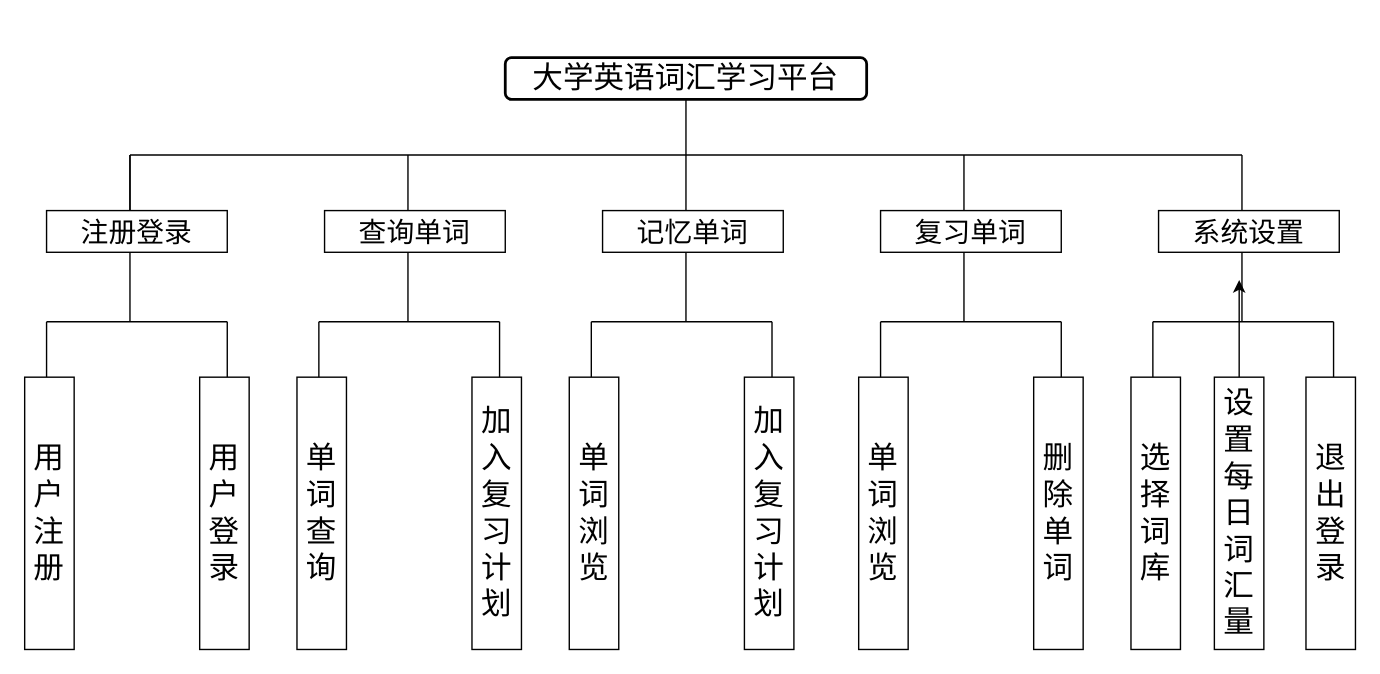
Before: page "Page-1" (1 of 9) of 功能模块图.drawio in 13593227471/HelloGitHub, a draw.io diagram. Source tidied: cells renumbered, new cells numbered last; positions are measured from the earlier drawing's top-left corner, leaving out a move shared by most shapes. Both pictures are drawn from the tidied source at 139%, with x=0, y=0 at pixel (-88, 57).
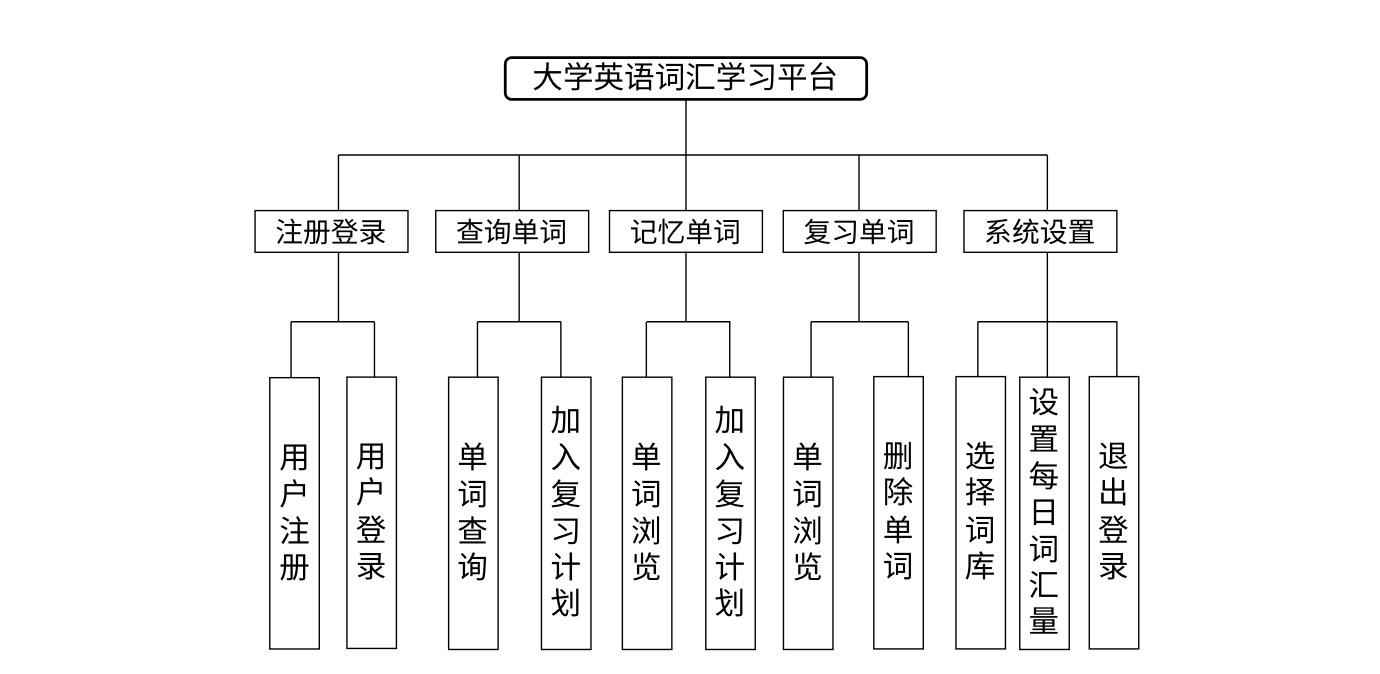
The same page after the edit.

Commit message:
更新功能模块图.drawio

Change to the diagram source:
```diff
@@
     <mxCell id="4" style="endArrow=none;html=1;rounded=0;fontSize=16;" parent="1" edge="1">
       <mxGeometry relative="1" as="geometry">
-        <mxPoint x="156" y="70" as="sourcePoint" />
-        <mxPoint x="956" y="70" as="targetPoint" />
+        <mxPoint x="306" y="70" as="sourcePoint" />
+        <mxPoint x="816" y="70" as="targetPoint" />
         <Array as="points">
           <mxPoint x="556" y="70" />
         </Array>
       </mxGeometry>
     </mxCell>
-    <mxCell id="5" style="endArrow=none;html=1;rounded=0;fontSize=16;" parent="1" edge="1">
-      <mxGeometry relative="1" as="geometry">
-        <mxPoint x="156" y="110" as="sourcePoint" />
-        <mxPoint x="156" y="70" as="targetPoint" />
-      </mxGeometry>
-    </mxCell>
     <mxCell id="6" style="endArrow=none;html=1;rounded=0;fontSize=16;" parent="1" edge="1">
       <mxGeometry relative="1" as="geometry">
-        <mxPoint x="156" y="110" as="sourcePoint" />
-        <mxPoint x="156" y="70" as="targetPoint" />
+        <mxPoint x="306" y="110" as="sourcePoint" />
+        <mxPoint x="306" y="70" as="targetPoint" />
       </mxGeometry>
     </mxCell>
     <mxCell id="7" style="endArrow=none;html=1;rounded=0;fontSize=16;" parent="1" edge="1">
       <mxGeometry relative="1" as="geometry">
-        <mxPoint x="356" y="110" as="sourcePoint" />
-        <mxPoint x="356" y="70" as="targetPoint" />
+        <mxPoint x="436" y="110" as="sourcePoint" />
+        <mxPoint x="436" y="70" as="targetPoint" />
       </mxGeometry>
     </mxCell>
     <mxCell id="8" style="endArrow=none;html=1;rounded=0;fontSize=16;" parent="1" edge="1">
       <mxGeometry relative="1" as="geometry">
-        <mxPoint x="756" y="110" as="sourcePoint" />
-        <mxPoint x="756" y="70" as="targetPoint" />
+        <mxPoint x="680.5" y="110" as="sourcePoint" />
+        <mxPoint x="680.5" y="70" as="targetPoint" />
         <Array as="points">
-          <mxPoint x="756" y="90" />
+          <mxPoint x="680.5" y="90" />
         </Array>
       </mxGeometry>
     </mxCell>
-    <mxCell id="9" style="endArrow=none;html=1;rounded=0;fontSize=16;" parent="1" edge="1">
-      <mxGeometry relative="1" as="geometry">
-        <mxPoint x="956" y="110" as="sourcePoint" />
-        <mxPoint x="956" y="70" as="targetPoint" />
-      </mxGeometry>
-    </mxCell>
     <mxCell id="10" value="&lt;font style=&quot;font-size: 20px;&quot;&gt;注册登录&lt;/font&gt;" style="rounded=0;whiteSpace=wrap;html=1;fontSize=16;" parent="1" vertex="1">
-      <mxGeometry x="96" y="110" width="130" height="30" as="geometry" />
+      <mxGeometry x="246" y="110" width="110" height="30" as="geometry" />
     </mxCell>
     <mxCell id="11" style="endArrow=none;html=1;rounded=0;fontSize=22;" parent="1" edge="1">
       <mxGeometry relative="1" as="geometry">
-        <mxPoint x="156" y="190" as="sourcePoint" />
-        <mxPoint x="156" y="140" as="targetPoint" />
+        <mxPoint x="306" y="190" as="sourcePoint" />
+        <mxPoint x="306" y="140" as="targetPoint" />
       </mxGeometry>
     </mxCell>
     <mxCell id="12" style="endArrow=none;html=1;rounded=0;fontSize=22;" parent="1" edge="1">
       <mxGeometry relative="1" as="geometry">
-        <mxPoint x="96" y="190" as="sourcePoint" />
-        <mxPoint x="226" y="190" as="targetPoint" />
+        <mxPoint x="271.9" y="190" as="sourcePoint" />
+        <mxPoint x="331.9" y="190" as="targetPoint" />
+        <Array as="points">
+          <mxPoint x="301.9" y="190" />
+        </Array>
       </mxGeometry>
     </mxCell>
     <mxCell id="13" style="endArrow=none;html=1;rounded=0;fontSize=22;" parent="1" edge="1">
       <mxGeometry relative="1" as="geometry">
-        <mxPoint x="96" y="230" as="sourcePoint" />
-        <mxPoint x="96" y="190" as="targetPoint" />
+        <mxPoint x="271.9" y="230" as="sourcePoint" />
+        <mxPoint x="271.9" y="190" as="targetPoint" />
       </mxGeometry>
     </mxCell>
     <mxCell id="14" style="endArrow=none;html=1;rounded=0;fontSize=22;" parent="1" edge="1">
       <mxGeometry relative="1" as="geometry">
-        <mxPoint x="226" y="230" as="sourcePoint" />
-        <mxPoint x="226" y="190" as="targetPoint" />
+        <mxPoint x="331.9" y="230" as="sourcePoint" />
+        <mxPoint x="331.9" y="190" as="targetPoint" />
       </mxGeometry>
     </mxCell>
-    <mxCell id="15" value="&lt;font style=&quot;font-size: 22px;&quot;&gt;用户注册&lt;/font&gt;" style="rounded=0;whiteSpace=wrap;html=1;fontSize=22;horizontal=0;verticalAlign=middle;rotation=90;" parent="1" vertex="1">
-      <mxGeometry x="0.1" y="310" width="195.9" height="35.6" as="geometry" />
-    </mxCell>
     <mxCell id="16" value="&lt;font style=&quot;font-size: 20px;&quot;&gt;查询单词&lt;/font&gt;" style="rounded=0;whiteSpace=wrap;html=1;fontSize=16;" parent="1" vertex="1">
-      <mxGeometry x="296" y="110" width="130" height="30" as="geometry" />
+      <mxGeometry x="376" y="110" width="110" height="30" as="geometry" />
     </mxCell>
     <mxCell id="17" style="endArrow=none;html=1;rounded=0;fontSize=22;" parent="1" edge="1">
       <mxGeometry relative="1" as="geometry">
-        <mxPoint x="356" y="190" as="sourcePoint" />
-        <mxPoint x="356" y="140" as="targetPoint" />
+        <mxPoint x="436" y="190" as="sourcePoint" />
+        <mxPoint x="436" y="140" as="targetPoint" />
       </mxGeometry>
     </mxCell>
     <mxCell id="18" value="&lt;font style=&quot;font-size: 20px;&quot;&gt;记忆单词&lt;/font&gt;" style="rounded=0;whiteSpace=wrap;html=1;fontSize=16;" parent="1" vertex="1">
-      <mxGeometry x="496" y="110" width="130" height="30" as="geometry" />
+      <mxGeometry x="501" y="110" width="110" height="30" as="geometry" />
     </mxCell>
@@
     <mxCell id="20" value="&lt;font style=&quot;font-size: 20px;&quot;&gt;复习单词&lt;/font&gt;" style="rounded=0;whiteSpace=wrap;html=1;fontSize=16;" parent="1" vertex="1">
-      <mxGeometry x="696" y="110" width="130" height="30" as="geometry" />
+      <mxGeometry x="626" y="110" width="110" height="30" as="geometry" />
     </mxCell>
     <mxCell id="21" style="endArrow=none;html=1;rounded=0;fontSize=22;" parent="1" edge="1">
       <mxGeometry relative="1" as="geometry">
-        <mxPoint x="756" y="190" as="sourcePoint" />
-        <mxPoint x="756" y="140" as="targetPoint" />
+        <mxPoint x="680.5" y="190" as="sourcePoint" />
+        <mxPoint x="680.5" y="140" as="targetPoint" />
       </mxGeometry>
     </mxCell>
     <mxCell id="22" value="&lt;font style=&quot;font-size: 20px;&quot;&gt;系统设置&lt;/font&gt;" style="rounded=0;whiteSpace=wrap;html=1;fontSize=16;" parent="1" vertex="1">
-      <mxGeometry x="896" y="110" width="130" height="30" as="geometry" />
+      <mxGeometry x="756" y="110" width="110" height="30" as="geometry" />
     </mxCell>
     <mxCell id="23" style="endArrow=none;html=1;rounded=0;fontSize=22;" parent="1" edge="1">
       <mxGeometry relative="1" as="geometry">
-        <mxPoint x="956" y="190" as="sourcePoint" />
-        <mxPoint x="956" y="140" as="targetPoint" />
+        <mxPoint x="816" y="190" as="sourcePoint" />
+        <mxPoint x="816" y="140" as="targetPoint" />
       </mxGeometry>
     </mxCell>
     <mxCell id="24" value="&lt;font style=&quot;font-size: 22px;&quot;&gt;用户登录&lt;/font&gt;" style="rounded=0;whiteSpace=wrap;html=1;fontSize=22;horizontal=0;verticalAlign=middle;rotation=90;" parent="1" vertex="1">
-      <mxGeometry x="126" y="310" width="195.9" height="35.6" as="geometry" />
+      <mxGeometry x="232.3" y="309.6" width="195.2" height="35.6" as="geometry" />
     </mxCell>
-    <mxCell id="25" style="endArrow=none;html=1;rounded=0;fontSize=22;" parent="1" edge="1">
-      <mxGeometry relative="1" as="geometry">
-        <mxPoint x="291.9" y="190" as="sourcePoint" />
-        <mxPoint x="421.9" y="190" as="targetPoint" />
-      </mxGeometry>
-    </mxCell>
-    <mxCell id="26" style="endArrow=none;html=1;rounded=0;fontSize=22;" parent="1" edge="1">
-      <mxGeometry relative="1" as="geometry">
-        <mxPoint x="291.9" y="230" as="sourcePoint" />
-        <mxPoint x="291.9" y="190" as="targetPoint" />
-      </mxGeometry>
-    </mxCell>
     <mxCell id="27" style="endArrow=none;html=1;rounded=0;fontSize=22;" parent="1" edge="1">
       <mxGeometry relative="1" as="geometry">
-        <mxPoint x="421.9" y="230" as="sourcePoint" />
-        <mxPoint x="421.9" y="190" as="targetPoint" />
+        <mxPoint x="406" y="230" as="sourcePoint" />
+        <mxPoint x="406" y="190" as="targetPoint" />
       </mxGeometry>
     </mxCell>
     <mxCell id="28" value="&lt;font style=&quot;font-size: 22px;&quot;&gt;单词查询&lt;br&gt;&lt;/font&gt;" style="rounded=0;whiteSpace=wrap;html=1;fontSize=22;horizontal=0;verticalAlign=middle;rotation=90;" parent="1" vertex="1">
-      <mxGeometry x="196" y="310" width="195.9" height="35.6" as="geometry" />
+      <mxGeometry x="305.1" y="310" width="195.9" height="35.6" as="geometry" />
     </mxCell>
     <mxCell id="29" value="&lt;font style=&quot;font-size: 22px;&quot;&gt;加入复习计划&lt;/font&gt;" style="rounded=0;whiteSpace=wrap;html=1;fontSize=22;horizontal=0;verticalAlign=middle;rotation=90;" parent="1" vertex="1">
-      <mxGeometry x="321.9" y="310" width="195.9" height="35.6" as="geometry" />
+      <mxGeometry x="371.9" y="310" width="195.9" height="35.6" as="geometry" />
     </mxCell>
-    <mxCell id="30" style="endArrow=none;html=1;rounded=0;fontSize=22;" parent="1" edge="1">
-      <mxGeometry relative="1" as="geometry">
-        <mxPoint x="487.9" y="190" as="sourcePoint" />
-        <mxPoint x="617.9" y="190" as="targetPoint" />
-      </mxGeometry>
-    </mxCell>
     <mxCell id="31" style="endArrow=none;html=1;rounded=0;fontSize=22;" parent="1" edge="1">
       <mxGeometry relative="1" as="geometry">
-        <mxPoint x="487.9" y="230" as="sourcePoint" />
-        <mxPoint x="487.9" y="190" as="targetPoint" />
+        <mxPoint x="466" y="230" as="sourcePoint" />
+        <mxPoint x="466" y="190" as="targetPoint" />
       </mxGeometry>
     </mxCell>
     <mxCell id="32" style="endArrow=none;html=1;rounded=0;fontSize=22;" parent="1" edge="1">
       <mxGeometry relative="1" as="geometry">
-        <mxPoint x="617.9" y="230" as="sourcePoint" />
-        <mxPoint x="617.9" y="190" as="targetPoint" />
+        <mxPoint x="527.5" y="230" as="sourcePoint" />
+        <mxPoint x="527.5" y="190" as="targetPoint" />
       </mxGeometry>
     </mxCell>
     <mxCell id="33" value="&lt;font style=&quot;font-size: 22px;&quot;&gt;单词浏览&lt;/font&gt;" style="rounded=0;whiteSpace=wrap;html=1;fontSize=22;horizontal=0;verticalAlign=middle;rotation=90;" parent="1" vertex="1">
-      <mxGeometry x="391.9" y="310" width="195.9" height="35.6" as="geometry" />
+      <mxGeometry x="430.1" y="310" width="195.9" height="35.6" as="geometry" />
     </mxCell>
     <mxCell id="34" value="&lt;font style=&quot;font-size: 22px;&quot;&gt;加入复习计划&lt;/font&gt;" style="rounded=0;whiteSpace=wrap;html=1;fontSize=22;horizontal=0;verticalAlign=middle;rotation=90;" parent="1" vertex="1">
-      <mxGeometry x="517.9" y="310" width="195.9" height="35.6" as="geometry" />
+      <mxGeometry x="490.1" y="310" width="195.9" height="35.6" as="geometry" />
     </mxCell>
-    <mxCell id="35" style="endArrow=none;html=1;rounded=0;fontSize=22;" parent="1" edge="1">
-      <mxGeometry relative="1" as="geometry">
-        <mxPoint x="696" y="190" as="sourcePoint" />
-        <mxPoint x="826" y="190" as="targetPoint" />
-      </mxGeometry>
-    </mxCell>
     <mxCell id="36" style="endArrow=none;html=1;rounded=0;fontSize=22;" parent="1" edge="1">
       <mxGeometry relative="1" as="geometry">
-        <mxPoint x="696" y="230" as="sourcePoint" />
-        <mxPoint x="696" y="190" as="targetPoint" />
+        <mxPoint x="587.5" y="230" as="sourcePoint" />
+        <mxPoint x="587.5" y="190" as="targetPoint" />
       </mxGeometry>
     </mxCell>
-    <mxCell id="37" style="endArrow=none;html=1;rounded=0;fontSize=22;" parent="1" edge="1">
-      <mxGeometry relative="1" as="geometry">
-        <mxPoint x="826" y="230" as="sourcePoint" />
-        <mxPoint x="826" y="190" as="targetPoint" />
-      </mxGeometry>
-    </mxCell>
     <mxCell id="38" value="&lt;font style=&quot;font-size: 22px;&quot;&gt;单词浏览&lt;/font&gt;" style="rounded=0;whiteSpace=wrap;html=1;fontSize=22;horizontal=0;verticalAlign=middle;rotation=90;" parent="1" vertex="1">
-      <mxGeometry x="600.1" y="310" width="195.9" height="35.6" as="geometry" />
+      <mxGeometry x="546" y="310" width="195.9" height="35.6" as="geometry" />
     </mxCell>
     <mxCell id="39" value="删除单词" style="rounded=0;whiteSpace=wrap;html=1;fontSize=22;horizontal=0;verticalAlign=middle;rotation=90;" parent="1" vertex="1">
-      <mxGeometry x="726" y="310" width="195.9" height="35.6" as="geometry" />
+      <mxGeometry x="611" y="309.6" width="195.9" height="35.6" as="geometry" />
     </mxCell>
-    <mxCell id="40" style="endArrow=none;html=1;rounded=0;fontSize=22;" parent="1" edge="1">
-      <mxGeometry relative="1" as="geometry">
-        <mxPoint x="891.9" y="190" as="sourcePoint" />
-        <mxPoint x="1021.9" y="190" as="targetPoint" />
-      </mxGeometry>
-    </mxCell>
     <mxCell id="41" style="endArrow=none;html=1;rounded=0;fontSize=22;" parent="1" edge="1">
       <mxGeometry relative="1" as="geometry">
-        <mxPoint x="891.9" y="230" as="sourcePoint" />
-        <mxPoint x="891.9" y="190" as="targetPoint" />
+        <mxPoint x="766" y="230" as="sourcePoint" />
+        <mxPoint x="766" y="190" as="targetPoint" />
       </mxGeometry>
     </mxCell>
     <mxCell id="42" style="endArrow=none;html=1;rounded=0;fontSize=22;" parent="1" edge="1">
       <mxGeometry relative="1" as="geometry">
-        <mxPoint x="1021.9" y="230" as="sourcePoint" />
-        <mxPoint x="1021.9" y="190" as="targetPoint" />
+        <mxPoint x="866" y="229.6" as="sourcePoint" />
+        <mxPoint x="866" y="189.6" as="targetPoint" />
       </mxGeometry>
     </mxCell>
     <mxCell id="43" value="&lt;font style=&quot;font-size: 22px;&quot;&gt;选择词库&lt;/font&gt;" style="rounded=0;whiteSpace=wrap;html=1;fontSize=22;horizontal=0;verticalAlign=middle;rotation=90;" parent="1" vertex="1">
-      <mxGeometry x="796" y="310" width="195.9" height="35.6" as="geometry" />
+      <mxGeometry x="670.1" y="309.6" width="195.9" height="35.6" as="geometry" />
     </mxCell>
     <mxCell id="44" value="&lt;font style=&quot;font-size: 22px;&quot;&gt;退出登录&lt;/font&gt;" style="rounded=0;whiteSpace=wrap;html=1;fontSize=22;horizontal=0;verticalAlign=middle;rotation=90;" parent="1" vertex="1">
-      <mxGeometry x="921.9" y="310" width="195.9" height="35.6" as="geometry" />
+      <mxGeometry x="766" y="309.6" width="195.9" height="35.6" as="geometry" />
     </mxCell>
-    <mxCell id="45" style="edgeStyle=orthogonalEdgeStyle;rounded=0;jettySize=auto;html=1;fontSize=22;" parent="1" edge="1" source="46">
-      <mxGeometry relative="1" as="geometry">
-        <mxPoint x="954" y="160" as="targetPoint" />
-      </mxGeometry>
-    </mxCell>
     <mxCell id="46" value="&lt;font style=&quot;font-size: 22px;&quot;&gt;设置每日词汇量&lt;br&gt;&lt;/font&gt;" style="rounded=0;whiteSpace=wrap;html=1;fontSize=22;horizontal=0;verticalAlign=middle;rotation=90;" parent="1" vertex="1">
-      <mxGeometry x="856" y="310" width="195.9" height="35.6" as="geometry" />
+      <mxGeometry x="716" y="310" width="195.9" height="35.6" as="geometry" />
     </mxCell>
+    <mxCell id="47" style="endArrow=none;html=1;rounded=0;fontSize=16;" parent="1" edge="1">
+      <mxGeometry relative="1" as="geometry">
+        <mxPoint x="816" y="110" as="sourcePoint" />
+        <mxPoint x="816" y="70" as="targetPoint" />
+        <Array as="points">
+          <mxPoint x="816" y="90" />
+        </Array>
+      </mxGeometry>
+    </mxCell>
+    <mxCell id="48" style="endArrow=none;html=1;rounded=0;fontSize=22;" parent="1" edge="1">
+      <mxGeometry relative="1" as="geometry">
+        <mxPoint x="527.9" y="190" as="sourcePoint" />
+        <mxPoint x="587.9" y="190" as="targetPoint" />
+        <Array as="points">
+          <mxPoint x="557.9" y="190" />
+        </Array>
+      </mxGeometry>
+    </mxCell>
+    <mxCell id="49" style="endArrow=none;html=1;rounded=0;fontSize=22;" parent="1" edge="1">
+      <mxGeometry relative="1" as="geometry">
+        <mxPoint x="766" y="190" as="sourcePoint" />
+        <mxPoint x="866" y="190" as="targetPoint" />
+        <Array as="points">
+          <mxPoint x="816" y="190" />
+        </Array>
+      </mxGeometry>
+    </mxCell>
+    <mxCell id="50" style="endArrow=none;html=1;rounded=0;fontSize=22;" parent="1" edge="1">
+      <mxGeometry relative="1" as="geometry">
+        <mxPoint x="646" y="190" as="sourcePoint" />
+        <mxPoint x="716" y="190" as="targetPoint" />
+        <Array as="points">
+          <mxPoint x="681" y="190" />
+        </Array>
+      </mxGeometry>
+    </mxCell>
+    <mxCell id="51" style="endArrow=none;html=1;rounded=0;fontSize=22;" parent="1" edge="1">
+      <mxGeometry relative="1" as="geometry">
+        <mxPoint x="406" y="190" as="sourcePoint" />
+        <mxPoint x="466" y="190" as="targetPoint" />
+        <Array as="points">
+          <mxPoint x="436" y="190" />
+        </Array>
+      </mxGeometry>
+    </mxCell>
+    <mxCell id="15" value="&lt;font style=&quot;font-size: 22px;&quot;&gt;用户注册&lt;/font&gt;" style="rounded=0;whiteSpace=wrap;html=1;fontSize=22;horizontal=0;verticalAlign=middle;rotation=90;" parent="1" vertex="1">
+      <mxGeometry x="176.8" y="310" width="195.2" height="35.6" as="geometry" />
+    </mxCell>
+    <mxCell id="52" style="endArrow=none;html=1;rounded=0;fontSize=22;" parent="1" edge="1">
+      <mxGeometry relative="1" as="geometry">
+        <mxPoint x="646" y="230" as="sourcePoint" />
+        <mxPoint x="646" y="190" as="targetPoint" />
+      </mxGeometry>
+    </mxCell>
+    <mxCell id="53" style="endArrow=none;html=1;rounded=0;fontSize=22;" parent="1" edge="1">
+      <mxGeometry relative="1" as="geometry">
+        <mxPoint x="716" y="230" as="sourcePoint" />
+        <mxPoint x="716" y="190" as="targetPoint" />
+      </mxGeometry>
+    </mxCell>
+    <mxCell id="54" style="endArrow=none;html=1;rounded=0;fontSize=22;" parent="1" edge="1">
+      <mxGeometry relative="1" as="geometry">
+        <mxPoint x="816" y="230" as="sourcePoint" />
+        <mxPoint x="816" y="190" as="targetPoint" />
+      </mxGeometry>
+    </mxCell>
```
